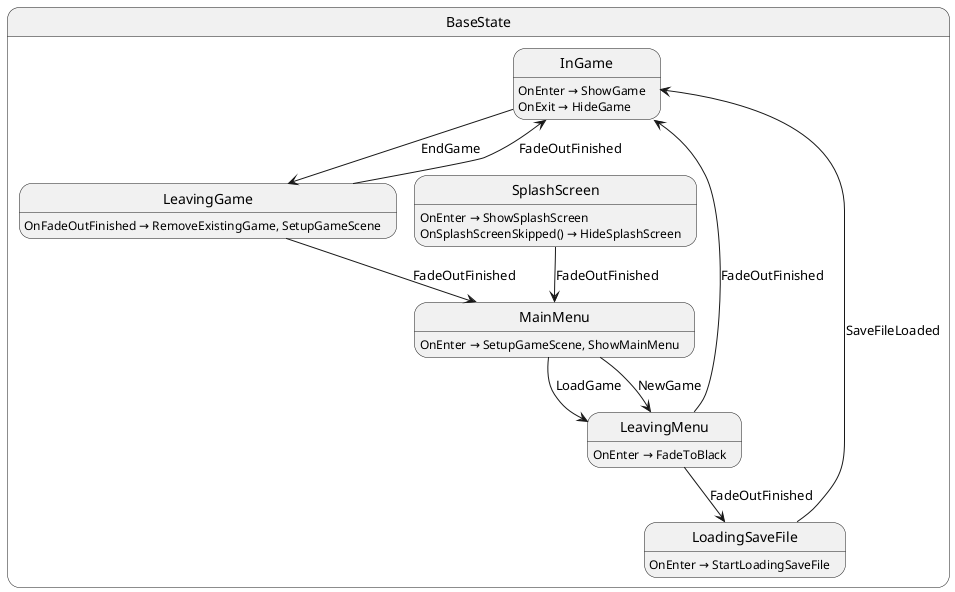
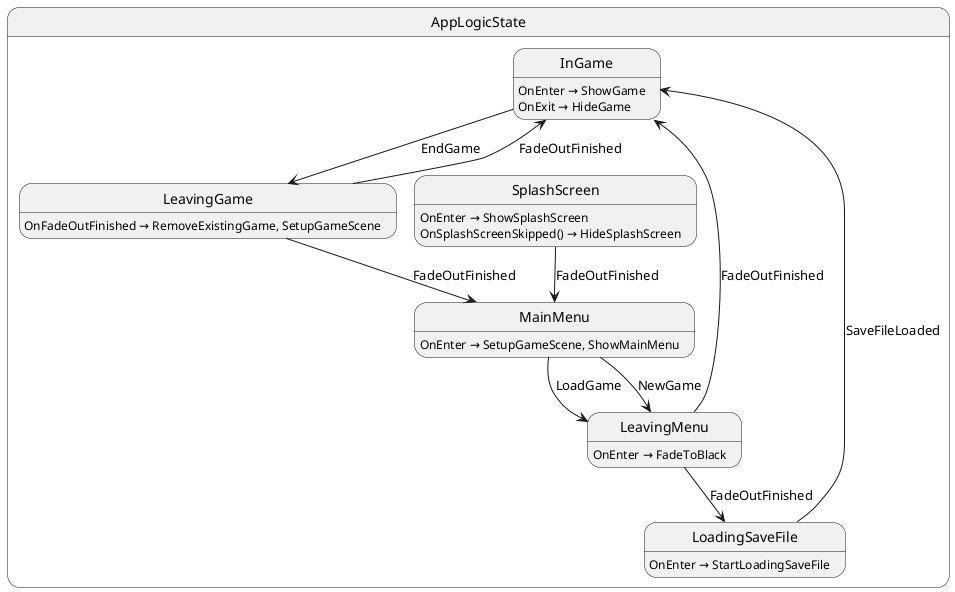
- @startuml BaseState
- state "BaseState" as GameDemo_AppLogic_BaseState {
-   state "InGame" as GameDemo_AppLogic_BaseState_InGame
-   state "LeavingGame" as GameDemo_AppLogic_BaseState_LeavingGame
-   state "LeavingMenu" as GameDemo_AppLogic_BaseState_LeavingMenu
-   state "LoadingSaveFile" as GameDemo_AppLogic_BaseState_LoadingSaveFile
-   state "MainMenu" as GameDemo_AppLogic_BaseState_MainMenu
-   state "SplashScreen" as GameDemo_AppLogic_BaseState_SplashScreen
+ @startuml AppLogicState
+ state "AppLogicState" as GameDemo_AppLogicState {
+   state "InGame" as GameDemo_AppLogicState_InGame
+   state "LeavingGame" as GameDemo_AppLogicState_LeavingGame
+   state "LeavingMenu" as GameDemo_AppLogicState_LeavingMenu
+   state "LoadingSaveFile" as GameDemo_AppLogicState_LoadingSaveFile
+   state "MainMenu" as GameDemo_AppLogicState_MainMenu
+   state "SplashScreen" as GameDemo_AppLogicState_SplashScreen
}

- GameDemo_AppLogic_BaseState_InGame --> GameDemo_AppLogic_BaseState_LeavingGame : EndGame
- GameDemo_AppLogic_BaseState_LeavingGame --> GameDemo_AppLogic_BaseState_InGame : FadeOutFinished
- GameDemo_AppLogic_BaseState_LeavingGame --> GameDemo_AppLogic_BaseState_MainMenu : FadeOutFinished
- GameDemo_AppLogic_BaseState_LeavingMenu --> GameDemo_AppLogic_BaseState_InGame : FadeOutFinished
- GameDemo_AppLogic_BaseState_LeavingMenu --> GameDemo_AppLogic_BaseState_LoadingSaveFile : FadeOutFinished
- GameDemo_AppLogic_BaseState_LoadingSaveFile --> GameDemo_AppLogic_BaseState_InGame : SaveFileLoaded
- GameDemo_AppLogic_BaseState_MainMenu --> GameDemo_AppLogic_BaseState_LeavingMenu : LoadGame
- GameDemo_AppLogic_BaseState_MainMenu --> GameDemo_AppLogic_BaseState_LeavingMenu : NewGame
- GameDemo_AppLogic_BaseState_SplashScreen --> GameDemo_AppLogic_BaseState_MainMenu : FadeOutFinished
+ GameDemo_AppLogicState_InGame --> GameDemo_AppLogicState_LeavingGame : EndGame
+ GameDemo_AppLogicState_LeavingGame --> GameDemo_AppLogicState_InGame : FadeOutFinished
+ GameDemo_AppLogicState_LeavingGame --> GameDemo_AppLogicState_MainMenu : FadeOutFinished
+ GameDemo_AppLogicState_LeavingMenu --> GameDemo_AppLogicState_InGame : FadeOutFinished
+ GameDemo_AppLogicState_LeavingMenu --> GameDemo_AppLogicState_LoadingSaveFile : FadeOutFinished
+ GameDemo_AppLogicState_LoadingSaveFile --> GameDemo_AppLogicState_InGame : SaveFileLoaded
+ GameDemo_AppLogicState_MainMenu --> GameDemo_AppLogicState_LeavingMenu : LoadGame
+ GameDemo_AppLogicState_MainMenu --> GameDemo_AppLogicState_LeavingMenu : NewGame
+ GameDemo_AppLogicState_SplashScreen --> GameDemo_AppLogicState_MainMenu : FadeOutFinished

- GameDemo_AppLogic_BaseState_InGame : OnEnter → ShowGame
- GameDemo_AppLogic_BaseState_InGame : OnExit → HideGame
- GameDemo_AppLogic_BaseState_LeavingGame : OnFadeOutFinished → RemoveExistingGame, SetupGameScene
- GameDemo_AppLogic_BaseState_LeavingMenu : OnEnter → FadeToBlack
- GameDemo_AppLogic_BaseState_LoadingSaveFile : OnEnter → StartLoadingSaveFile
- GameDemo_AppLogic_BaseState_MainMenu : OnEnter → SetupGameScene, ShowMainMenu
- GameDemo_AppLogic_BaseState_SplashScreen : OnEnter → ShowSplashScreen
- GameDemo_AppLogic_BaseState_SplashScreen : OnSplashScreenSkipped() → HideSplashScreen
+ GameDemo_AppLogicState_InGame : OnEnter → ShowGame
+ GameDemo_AppLogicState_InGame : OnExit → HideGame
+ GameDemo_AppLogicState_LeavingGame : OnFadeOutFinished → RemoveExistingGame, SetupGameScene
+ GameDemo_AppLogicState_LeavingMenu : OnEnter → FadeToBlack
+ GameDemo_AppLogicState_LoadingSaveFile : OnEnter → StartLoadingSaveFile
+ GameDemo_AppLogicState_MainMenu : OnEnter → SetupGameScene, ShowMainMenu
+ GameDemo_AppLogicState_SplashScreen : OnEnter → ShowSplashScreen
+ GameDemo_AppLogicState_SplashScreen : OnSplashScreenSkipped() → HideSplashScreen
@enduml